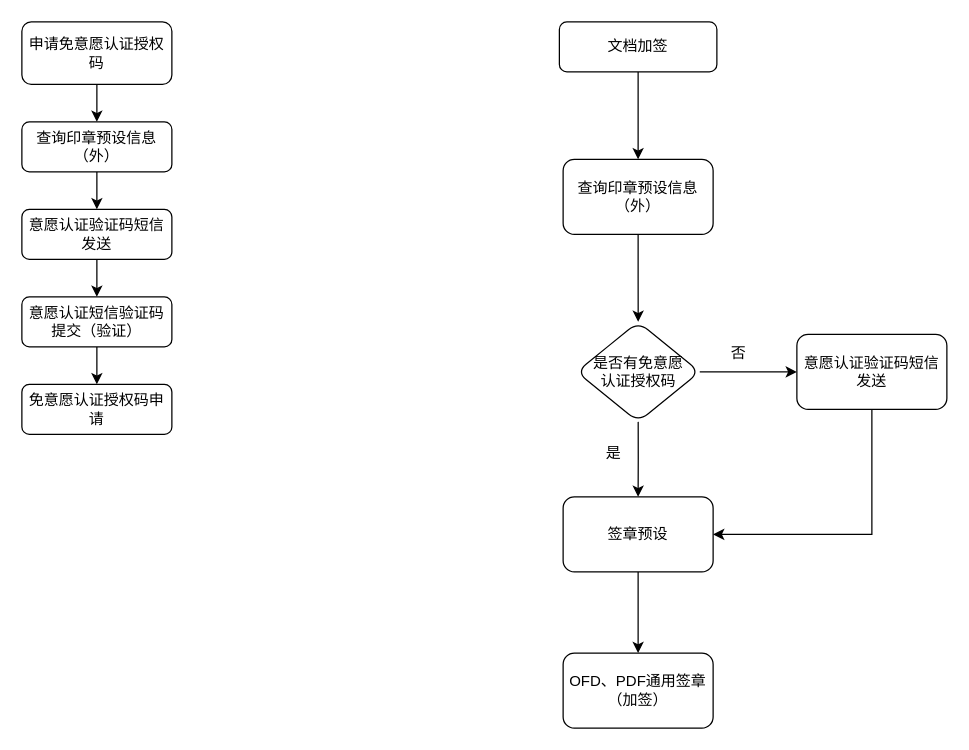
Earlier version of the draw.io diagram draw/7.0签章.drawio (yaniv-walker/note_images). Source tidied: cells renumbered, new cells numbered last; positions are measured from the earlier drawing's top-left corner, leaving out a move shared by most shapes. Both pictures are drawn from the tidied source at 125%, with x=0, y=0 at pixel (21, 21).
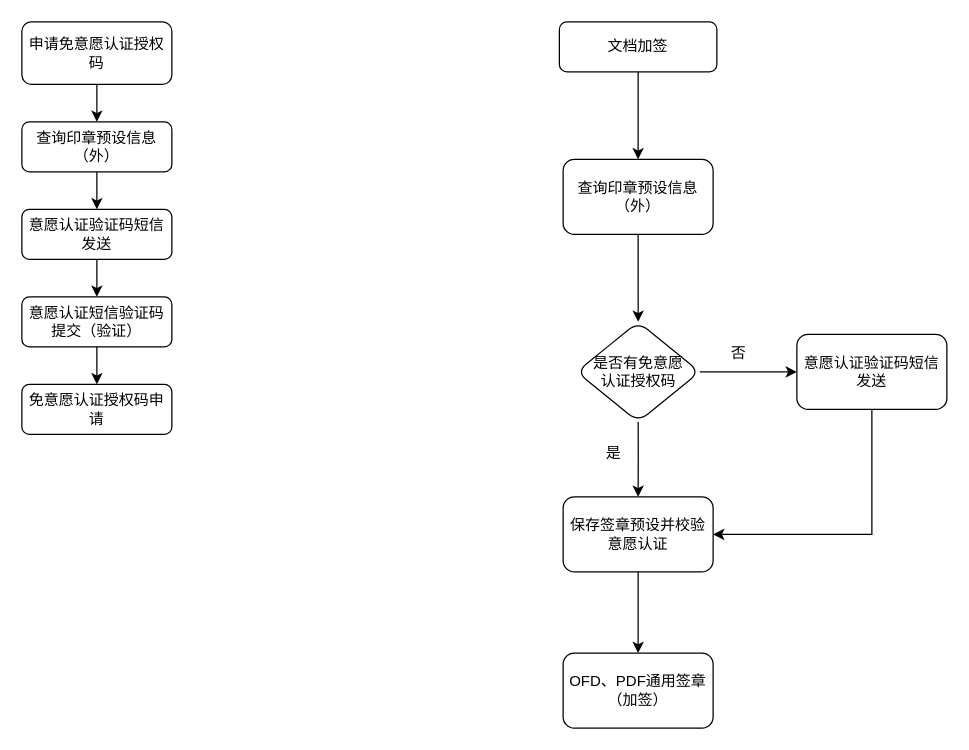
Above is the later version.

The edit, as a diff of the source:
```diff
@@
-    <mxCell id="17" value="签章预设" style="whiteSpace=wrap;html=1;rounded=1;" parent="1" vertex="1">
+    <mxCell id="17" value="保存签章预设并校验意愿认证" style="whiteSpace=wrap;html=1;rounded=1;" parent="1" vertex="1">
       <mxGeometry x="433" y="380" width="120" height="60" as="geometry" />
     </mxCell>
```
